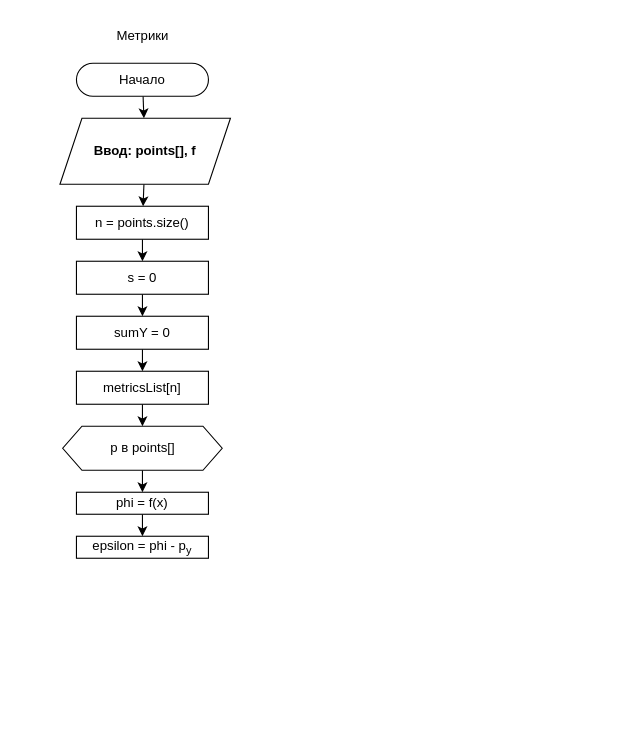
Before: docs/schemes/metrics.drawio in SE-Itmo-Labs/nm-sem4-lab6, a draw.io diagram. Source tidied: cells renumbered, new cells numbered last; positions are measured from the earlier drawing's top-left corner, leaving out a move shared by most shapes. Both pictures are drawn from the tidied source at 110%, with x=0, y=0 at pixel (59, 19).
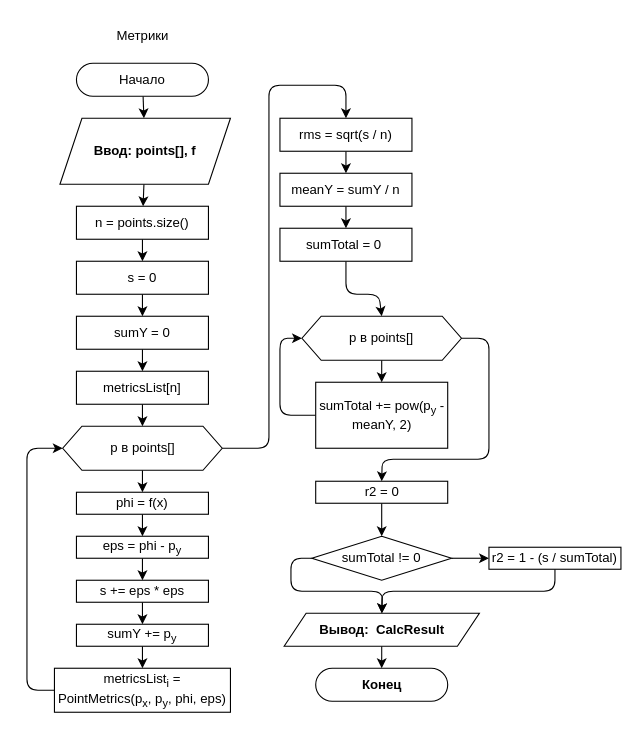
The same diagram, later.

The change refers to these unchanged cells:
```xml
<mxCell id="16" value="p в points[]" style="shape=hexagon;perimeter=hexagonPerimeter2;whiteSpace=wrap;html=1;fixedSize=1;size=17.5;" parent="1" vertex="1">
  <mxGeometry x="2.5" y="370" width="145" height="40" as="geometry" />
</mxCell>
```

The edit, as a diff of the source:
```diff
@@
+    <mxCell id="20" style="edgeStyle=none;html=1;entryX=0.5;entryY=0;entryDx=0;entryDy=0;exitX=1;exitY=0.5;exitDx=0;exitDy=0;" parent="1" edge="1" source="16" target="29">
+      <mxGeometry relative="1" as="geometry">
+        <Array as="points">
+          <mxPoint x="190" y="390" />
+          <mxPoint x="190" y="60" />
+          <mxPoint x="260" y="60" />
+        </Array>
+      </mxGeometry>
+    </mxCell>
@@
+    <mxCell id="21" style="edgeStyle=none;html=1;" parent="1" edge="1" source="19" target="23">
+      <mxGeometry relative="1" as="geometry" />
+    </mxCell>
-    <mxCell id="19" value="epsilon = phi - p&lt;sub&gt;y&lt;/sub&gt;" style="whiteSpace=wrap;html=1;" parent="1" vertex="1">
+    <mxCell id="19" value="eps = phi - p&lt;sub&gt;y&lt;/sub&gt;" style="whiteSpace=wrap;html=1;" parent="1" vertex="1">
       <mxGeometry x="15" y="470" width="120" height="20" as="geometry" />
     </mxCell>
+    <mxCell id="22" style="edgeStyle=none;html=1;" parent="1" edge="1" source="23" target="25">
+      <mxGeometry relative="1" as="geometry" />
+    </mxCell>
+    <mxCell id="23" value="s += eps * eps" style="whiteSpace=wrap;html=1;" parent="1" vertex="1">
+      <mxGeometry x="15" y="510" width="120" height="20" as="geometry" />
+    </mxCell>
+    <mxCell id="24" style="edgeStyle=none;html=1;" parent="1" edge="1" source="25" target="27">
+      <mxGeometry relative="1" as="geometry" />
+    </mxCell>
+    <mxCell id="25" value="sumY += p&lt;sub&gt;y&lt;/sub&gt;" style="whiteSpace=wrap;html=1;" parent="1" vertex="1">
+      <mxGeometry x="15" y="550" width="120" height="20" as="geometry" />
+    </mxCell>
+    <mxCell id="26" style="edgeStyle=none;html=1;entryX=0;entryY=0.5;entryDx=0;entryDy=0;" parent="1" edge="1" source="27" target="16">
+      <mxGeometry relative="1" as="geometry">
+        <Array as="points">
+          <mxPoint x="-30" y="610" />
+          <mxPoint x="-30" y="390" />
+        </Array>
+      </mxGeometry>
+    </mxCell>
+    <mxCell id="27" value="metricsList&lt;sub&gt;i&lt;/sub&gt; = PointMetrics(p&lt;sub&gt;x&lt;/sub&gt;, p&lt;sub&gt;y&lt;/sub&gt;, phi, eps)" style="whiteSpace=wrap;html=1;" parent="1" vertex="1">
+      <mxGeometry x="-5" y="590" width="160" height="40" as="geometry" />
+    </mxCell>
+    <mxCell id="28" style="edgeStyle=none;html=1;" parent="1" edge="1" source="29" target="31">
+      <mxGeometry relative="1" as="geometry" />
+    </mxCell>
+    <mxCell id="29" value="rms = sqrt(s / n)" style="rounded=0;whiteSpace=wrap;html=1;" parent="1" vertex="1">
+      <mxGeometry x="200" y="90" width="120" height="30" as="geometry" />
+    </mxCell>
+    <mxCell id="30" style="edgeStyle=none;html=1;" parent="1" edge="1" source="31" target="33">
+      <mxGeometry relative="1" as="geometry" />
+    </mxCell>
+    <mxCell id="31" value="meanY = sumY / n" style="rounded=0;whiteSpace=wrap;html=1;" parent="1" vertex="1">
+      <mxGeometry x="200" y="140" width="120" height="30" as="geometry" />
+    </mxCell>
+    <mxCell id="32" style="edgeStyle=none;html=1;entryX=0.5;entryY=0;entryDx=0;entryDy=0;" parent="1" edge="1" source="33" target="36">
+      <mxGeometry relative="1" as="geometry">
+        <Array as="points">
+          <mxPoint x="260" y="250" />
+          <mxPoint x="290" y="250" />
+        </Array>
+      </mxGeometry>
+    </mxCell>
+    <mxCell id="33" value="sumTotal = 0&amp;nbsp;" style="rounded=0;whiteSpace=wrap;html=1;" parent="1" vertex="1">
+      <mxGeometry x="200" y="190" width="120" height="30" as="geometry" />
+    </mxCell>
+    <mxCell id="34" style="edgeStyle=none;html=1;" parent="1" edge="1" source="36" target="38">
+      <mxGeometry relative="1" as="geometry" />
+    </mxCell>
+    <mxCell id="35" style="edgeStyle=none;html=1;entryX=0.5;entryY=0;entryDx=0;entryDy=0;" parent="1" edge="1" source="36" target="40">
+      <mxGeometry relative="1" as="geometry">
+        <Array as="points">
+          <mxPoint x="390" y="290" />
+          <mxPoint x="390" y="400" />
+          <mxPoint x="293" y="400" />
+        </Array>
+      </mxGeometry>
+    </mxCell>
+    <mxCell id="36" value="p в points[]" style="shape=hexagon;perimeter=hexagonPerimeter2;whiteSpace=wrap;html=1;fixedSize=1;size=17.5;" parent="1" vertex="1">
+      <mxGeometry x="220" y="270" width="145" height="40" as="geometry" />
+    </mxCell>
+    <mxCell id="37" style="edgeStyle=none;html=1;entryX=0;entryY=0.5;entryDx=0;entryDy=0;" parent="1" edge="1" source="38" target="36">
+      <mxGeometry relative="1" as="geometry">
+        <Array as="points">
+          <mxPoint x="200" y="360" />
+          <mxPoint x="200" y="290" />
+        </Array>
+      </mxGeometry>
+    </mxCell>
+    <mxCell id="38" value="sumTotal += pow(p&lt;sub&gt;y&lt;/sub&gt; - meanY, 2)" style="whiteSpace=wrap;html=1;" parent="1" vertex="1">
+      <mxGeometry x="232.5" y="330" width="120" height="60" as="geometry" />
+    </mxCell>
+    <mxCell id="39" style="edgeStyle=none;html=1;" parent="1" edge="1" source="40" target="43">
+      <mxGeometry relative="1" as="geometry" />
+    </mxCell>
+    <mxCell id="40" value="r2 = 0" style="rounded=1;whiteSpace=wrap;html=1;arcSize=0;" parent="1" vertex="1">
+      <mxGeometry x="232.5" y="420" width="120" height="20" as="geometry" />
+    </mxCell>
+    <mxCell id="41" style="edgeStyle=none;html=1;" parent="1" edge="1" source="43" target="45">
+      <mxGeometry relative="1" as="geometry" />
+    </mxCell>
+    <mxCell id="42" style="edgeStyle=none;html=1;" parent="1" edge="1" source="43" target="47">
+      <mxGeometry relative="1" as="geometry">
+        <Array as="points">
+          <mxPoint x="210" y="490" />
+          <mxPoint x="210" y="520" />
+          <mxPoint x="293" y="520" />
+        </Array>
+      </mxGeometry>
+    </mxCell>
+    <mxCell id="43" value="sumTotal != 0" style="rhombus;whiteSpace=wrap;html=1;" parent="1" vertex="1">
+      <mxGeometry x="229" y="470" width="127" height="40" as="geometry" />
+    </mxCell>
+    <mxCell id="44" style="edgeStyle=none;html=1;entryX=0.5;entryY=0;entryDx=0;entryDy=0;" parent="1" edge="1" source="45" target="47">
+      <mxGeometry relative="1" as="geometry">
+        <Array as="points">
+          <mxPoint x="450" y="520" />
+          <mxPoint x="293" y="520" />
+        </Array>
+      </mxGeometry>
+    </mxCell>
+    <mxCell id="45" value="r2 = 1 - (s / sumTotal)" style="rounded=1;whiteSpace=wrap;html=1;arcSize=0;" parent="1" vertex="1">
+      <mxGeometry x="390" y="480" width="120" height="20" as="geometry" />
+    </mxCell>
+    <mxCell id="46" style="edgeStyle=none;html=1;entryX=0.5;entryY=0;entryDx=0;entryDy=0;" parent="1" edge="1" source="47" target="48">
+      <mxGeometry relative="1" as="geometry" />
+    </mxCell>
+    <mxCell id="47" value="Вывод:&amp;nbsp; CalcResult" style="shape=parallelogram;perimeter=parallelogramPerimeter;whiteSpace=wrap;html=1;fixedSize=1;fontStyle=1;" parent="1" vertex="1">
+      <mxGeometry x="203.8" y="540" width="177.5" height="30" as="geometry" />
+    </mxCell>
+    <mxCell id="48" value="&lt;b&gt;Конец&lt;/b&gt;" style="rounded=1;whiteSpace=wrap;html=1;arcSize=50;" parent="1" vertex="1">
+      <mxGeometry x="232.5" y="590" width="120" height="30" as="geometry" />
+    </mxCell>
```
